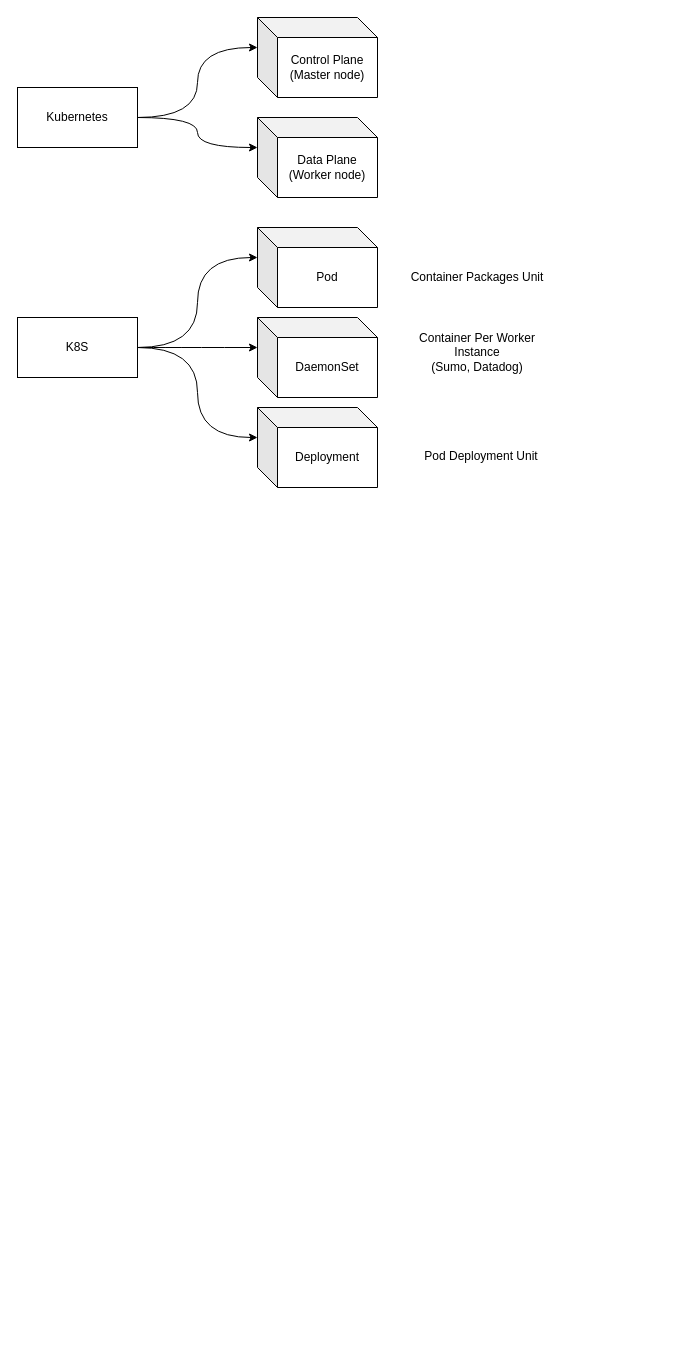
Earlier version of the draw.io diagram Kubernetes.drawio (rpkim/software-tree). Source tidied: cells renumbered, new cells numbered last; positions are measured from the earlier drawing's top-left corner, leaving out a move shared by most shapes. Both pictures are drawn from the tidied source at 100%, with x=0, y=0 at pixel (17, 17).
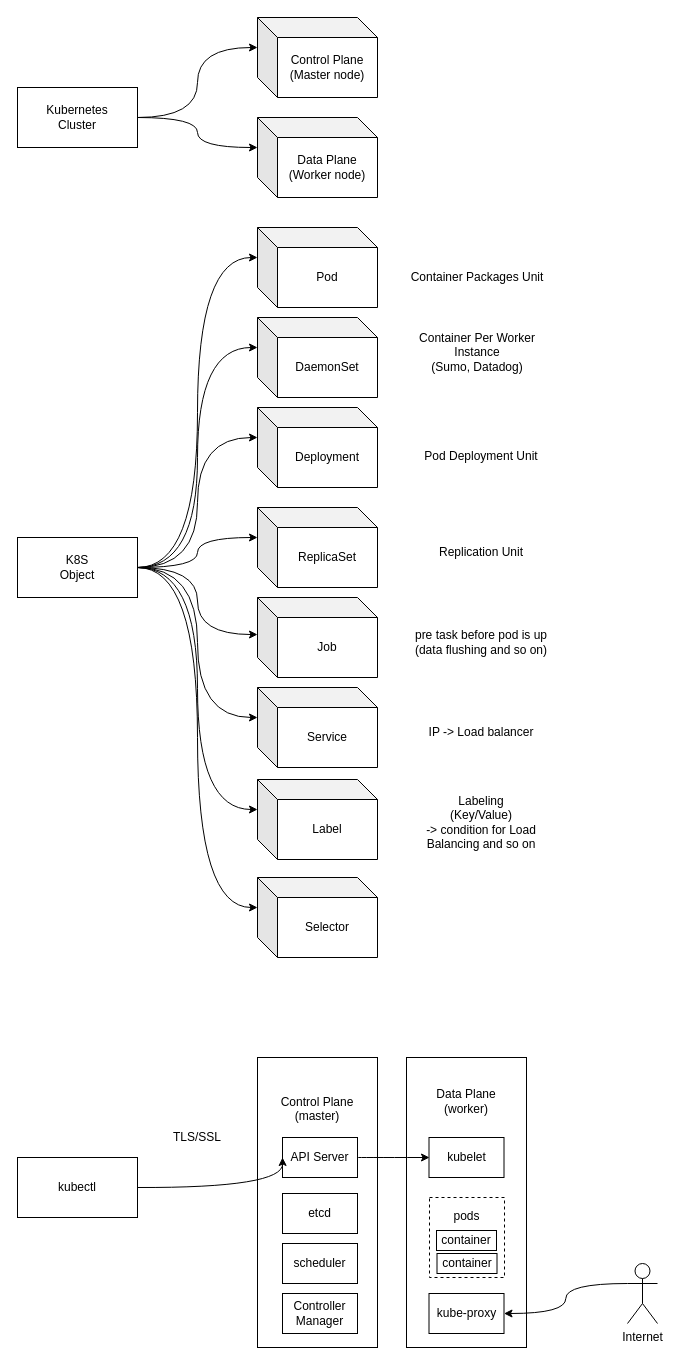
After the change.

Change to the diagram source:
```diff
@@
-    <mxCell id="4" value="Kubernetes" style="rounded=0;whiteSpace=wrap;html=1;" parent="1" vertex="1">
+    <mxCell id="4" value="Kubernetes&lt;br&gt;Cluster" style="rounded=0;whiteSpace=wrap;html=1;" parent="1" vertex="1">
       <mxGeometry y="70" width="120" height="60" as="geometry" />
     </mxCell>
@@
+    <mxCell id="17" style="edgeStyle=orthogonalEdgeStyle;curved=1;rounded=0;jettySize=auto;html=1;exitX=1;exitY=0.5;exitDx=0;exitDy=0;entryX=0;entryY=0;entryDx=0;entryDy=30;entryPerimeter=0;" parent="1" edge="1" source="13" target="22">
+      <mxGeometry relative="1" as="geometry" />
+    </mxCell>
+    <mxCell id="18" style="edgeStyle=orthogonalEdgeStyle;curved=1;rounded=0;jettySize=auto;html=1;exitX=1;exitY=0.5;exitDx=0;exitDy=0;entryX=0;entryY=0.463;entryDx=0;entryDy=0;entryPerimeter=0;" parent="1" edge="1" source="13" target="23">
+      <mxGeometry relative="1" as="geometry" />
+    </mxCell>
+    <mxCell id="19" style="edgeStyle=orthogonalEdgeStyle;curved=1;rounded=0;jettySize=auto;html=1;exitX=1;exitY=0.5;exitDx=0;exitDy=0;entryX=0;entryY=0;entryDx=0;entryDy=30;entryPerimeter=0;" parent="1" edge="1" source="13" target="24">
+      <mxGeometry relative="1" as="geometry" />
+    </mxCell>
+    <mxCell id="20" style="edgeStyle=orthogonalEdgeStyle;curved=1;rounded=0;jettySize=auto;html=1;exitX=1;exitY=0.5;exitDx=0;exitDy=0;entryX=0;entryY=0;entryDx=0;entryDy=30;entryPerimeter=0;" parent="1" edge="1" source="13" target="25">
+      <mxGeometry relative="1" as="geometry" />
+    </mxCell>
+    <mxCell id="21" style="edgeStyle=orthogonalEdgeStyle;curved=1;rounded=0;jettySize=auto;html=1;exitX=1;exitY=0.5;exitDx=0;exitDy=0;entryX=0;entryY=0;entryDx=0;entryDy=30;entryPerimeter=0;" parent="1" edge="1" source="13" target="29">
+      <mxGeometry relative="1" as="geometry" />
+    </mxCell>
-    <mxCell id="13" value="K8S" style="rounded=0;whiteSpace=wrap;html=1;" parent="1" vertex="1">
-      <mxGeometry y="300" width="120" height="60" as="geometry" />
+    <mxCell id="13" value="K8S&lt;br&gt;Object" style="rounded=0;whiteSpace=wrap;html=1;" parent="1" vertex="1">
+      <mxGeometry y="520" width="120" height="60" as="geometry" />
     </mxCell>
@@
+    <mxCell id="22" value="ReplicaSet" style="shape=cube;whiteSpace=wrap;html=1;boundedLbl=1;backgroundOutline=1;darkOpacity=0.05;darkOpacity2=0.1;" parent="1" vertex="1">
+      <mxGeometry x="240" y="490" width="120" height="80" as="geometry" />
+    </mxCell>
+    <mxCell id="23" value="Job" style="shape=cube;whiteSpace=wrap;html=1;boundedLbl=1;backgroundOutline=1;darkOpacity=0.05;darkOpacity2=0.1;" parent="1" vertex="1">
+      <mxGeometry x="240" y="580" width="120" height="80" as="geometry" />
+    </mxCell>
+    <mxCell id="24" value="Service" style="shape=cube;whiteSpace=wrap;html=1;boundedLbl=1;backgroundOutline=1;darkOpacity=0.05;darkOpacity2=0.1;" parent="1" vertex="1">
+      <mxGeometry x="240" y="670" width="120" height="80" as="geometry" />
+    </mxCell>
+    <mxCell id="25" value="Label" style="shape=cube;whiteSpace=wrap;html=1;boundedLbl=1;backgroundOutline=1;darkOpacity=0.05;darkOpacity2=0.1;" parent="1" vertex="1">
+      <mxGeometry x="240" y="762" width="120" height="80" as="geometry" />
+    </mxCell>
+    <mxCell id="26" value="Replication Unit" style="text;html=1;strokeColor=none;fillColor=none;align=center;verticalAlign=middle;whiteSpace=wrap;rounded=0;" parent="1" vertex="1">
+      <mxGeometry x="389" y="510" width="150" height="50" as="geometry" />
+    </mxCell>
+    <mxCell id="27" value="pre task before pod is up&lt;br&gt;(data flushing and so on)" style="text;html=1;strokeColor=none;fillColor=none;align=center;verticalAlign=middle;whiteSpace=wrap;rounded=0;" parent="1" vertex="1">
+      <mxGeometry x="389" y="600" width="150" height="50" as="geometry" />
+    </mxCell>
+    <mxCell id="28" value="IP -&amp;gt; Load balancer" style="text;html=1;strokeColor=none;fillColor=none;align=center;verticalAlign=middle;whiteSpace=wrap;rounded=0;" parent="1" vertex="1">
+      <mxGeometry x="389" y="690" width="150" height="50" as="geometry" />
+    </mxCell>
+    <mxCell id="29" value="Selector" style="shape=cube;whiteSpace=wrap;html=1;boundedLbl=1;backgroundOutline=1;darkOpacity=0.05;darkOpacity2=0.1;" parent="1" vertex="1">
+      <mxGeometry x="240" y="860" width="120" height="80" as="geometry" />
+    </mxCell>
+    <mxCell id="30" value="Labeling&lt;br&gt;(Key/Value)&lt;br&gt;-&amp;gt; condition for Load Balancing and so on" style="text;html=1;strokeColor=none;fillColor=none;align=center;verticalAlign=middle;whiteSpace=wrap;rounded=0;" parent="1" vertex="1">
+      <mxGeometry x="389" y="780" width="150" height="50" as="geometry" />
+    </mxCell>
+    <mxCell id="31" value="kubectl" style="rounded=0;whiteSpace=wrap;html=1;" parent="1" vertex="1">
+      <mxGeometry y="1140" width="120" height="60" as="geometry" />
+    </mxCell>
+    <mxCell id="32" value="Control Plane&lt;br&gt;(master)&lt;br&gt;&lt;br&gt;&lt;br&gt;&lt;br&gt;&lt;br&gt;&lt;br&gt;&lt;br&gt;&lt;br&gt;&lt;br&gt;&lt;br&gt;&lt;br&gt;&lt;br&gt;&lt;br&gt;&lt;br&gt;" style="rounded=0;whiteSpace=wrap;html=1;" parent="1" vertex="1">
+      <mxGeometry x="240" y="1040" width="120" height="290" as="geometry" />
+    </mxCell>
+    <mxCell id="33" value="API Server" style="rounded=0;whiteSpace=wrap;html=1;" parent="1" vertex="1">
+      <mxGeometry x="265" y="1120" width="75" height="40" as="geometry" />
+    </mxCell>
+    <mxCell id="34" value="TLS/SSL" style="text;html=1;strokeColor=none;fillColor=none;align=center;verticalAlign=middle;whiteSpace=wrap;rounded=0;" parent="1" vertex="1">
+      <mxGeometry x="160" y="1110" width="40" height="20" as="geometry" />
+    </mxCell>
+    <mxCell id="35" value="Data Plane&lt;br&gt;(worker)&lt;br&gt;&lt;br&gt;&lt;br&gt;&lt;br&gt;&lt;br&gt;&lt;br&gt;&lt;br&gt;&lt;br&gt;&lt;br&gt;&lt;br&gt;&lt;br&gt;&lt;br&gt;&lt;br&gt;&lt;br&gt;&lt;br&gt;" style="rounded=0;whiteSpace=wrap;html=1;" parent="1" vertex="1">
+      <mxGeometry x="389" y="1040" width="120" height="290" as="geometry" />
+    </mxCell>
+    <mxCell id="36" value="kubelet" style="rounded=0;whiteSpace=wrap;html=1;" parent="1" vertex="1">
+      <mxGeometry x="411.5" y="1120" width="75" height="40" as="geometry" />
+    </mxCell>
+    <mxCell id="37" style="edgeStyle=orthogonalEdgeStyle;curved=1;rounded=0;orthogonalLoop=1;jettySize=auto;html=1;exitX=1;exitY=0.5;exitDx=0;exitDy=0;entryX=0;entryY=0.5;entryDx=0;entryDy=0;" parent="1" edge="1">
+      <mxGeometry relative="1" as="geometry">
+        <mxPoint x="340" y="1140" as="sourcePoint" />
+        <mxPoint x="412" y="1140" as="targetPoint" />
+      </mxGeometry>
+    </mxCell>
+    <mxCell id="38" style="edgeStyle=orthogonalEdgeStyle;curved=1;rounded=0;orthogonalLoop=1;jettySize=auto;html=1;exitX=1;exitY=0.5;exitDx=0;exitDy=0;entryX=0;entryY=0.5;entryDx=0;entryDy=0;" parent="1" edge="1">
+      <mxGeometry relative="1" as="geometry">
+        <mxPoint x="120" y="1170" as="sourcePoint" />
+        <mxPoint x="265" y="1140" as="targetPoint" />
+      </mxGeometry>
+    </mxCell>
+    <mxCell id="39" value="etcd" style="rounded=0;whiteSpace=wrap;html=1;" parent="1" vertex="1">
+      <mxGeometry x="265" y="1176" width="75" height="40" as="geometry" />
+    </mxCell>
+    <mxCell id="40" value="scheduler" style="rounded=0;whiteSpace=wrap;html=1;" parent="1" vertex="1">
+      <mxGeometry x="265" y="1226" width="75" height="40" as="geometry" />
+    </mxCell>
+    <mxCell id="41" value="Controller&lt;br&gt;Manager" style="rounded=0;whiteSpace=wrap;html=1;" parent="1" vertex="1">
+      <mxGeometry x="265" y="1276" width="75" height="40" as="geometry" />
+    </mxCell>
+    <mxCell id="42" value="kube-proxy" style="rounded=0;whiteSpace=wrap;html=1;" parent="1" vertex="1">
+      <mxGeometry x="411.5" y="1276" width="75" height="40" as="geometry" />
+    </mxCell>
+    <mxCell id="43" style="edgeStyle=orthogonalEdgeStyle;curved=1;rounded=0;jettySize=auto;html=1;exitX=0;exitY=0.3333333333333333;exitDx=0;exitDy=0;exitPerimeter=0;entryX=1;entryY=0.5;entryDx=0;entryDy=0;" parent="1" edge="1" source="44" target="42">
+      <mxGeometry relative="1" as="geometry" />
+    </mxCell>
+    <mxCell id="44" value="Internet" style="shape=umlActor;verticalLabelPosition=bottom;labelBackgroundColor=#ffffff;verticalAlign=top;html=1;outlineConnect=0;" parent="1" vertex="1">
+      <mxGeometry x="610" y="1246" width="30" height="60" as="geometry" />
+    </mxCell>
+    <mxCell id="45" value="pods&lt;br&gt;&lt;br&gt;&lt;br&gt;&lt;br&gt;" style="rounded=0;whiteSpace=wrap;html=1;dashed=1;" parent="1" vertex="1">
+      <mxGeometry x="412" y="1180" width="75" height="80" as="geometry" />
+    </mxCell>
+    <mxCell id="46" value="container" style="rounded=0;whiteSpace=wrap;html=1;" parent="1" vertex="1">
+      <mxGeometry x="419" y="1213" width="60" height="20" as="geometry" />
+    </mxCell>
+    <mxCell id="47" value="container" style="rounded=0;whiteSpace=wrap;html=1;" parent="1" vertex="1">
+      <mxGeometry x="419.5" y="1236" width="60" height="20" as="geometry" />
+    </mxCell>
```
